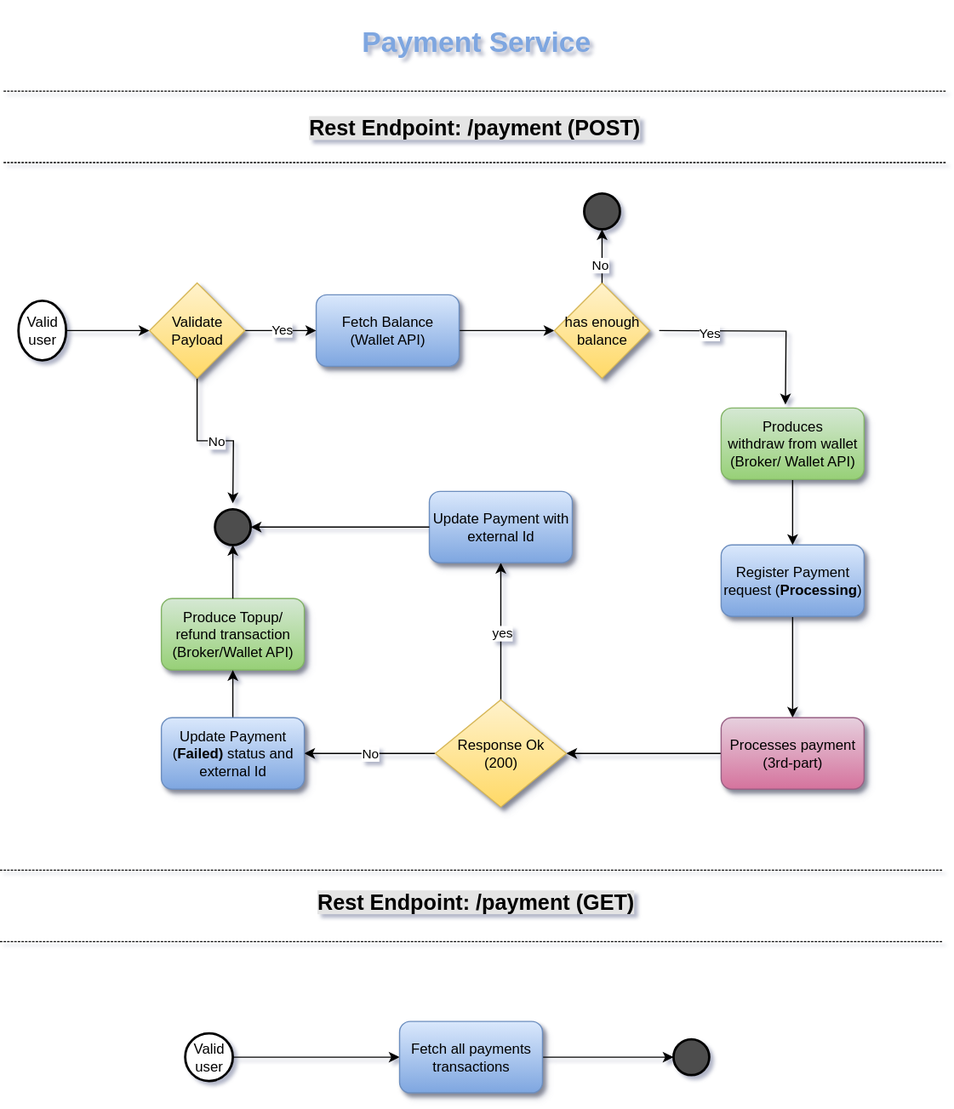
The draw.io diagram docs/ontop_assessment-Payment FlowChart.drawio.svg in sabrinamidori/wallet, before a commit. Source tidied: cells renumbered, new cells last; positions are measured from the earlier drawing's top-left corner, leaving out a move shared by most shapes.
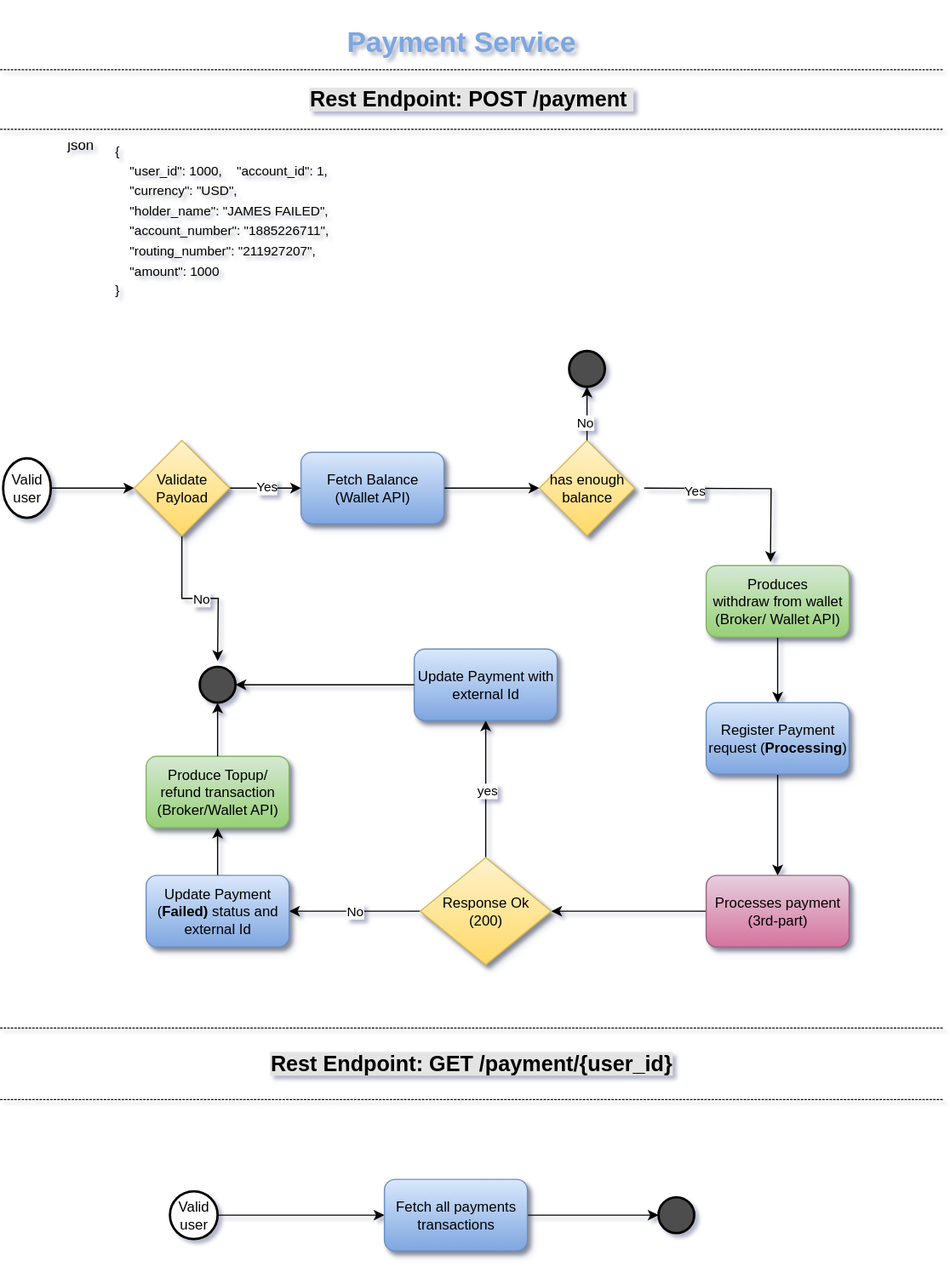
Above is the later version.

Change to the diagram source:
```diff
@@ -100,12 +100,6 @@
     <mxCell id="32" style="edgeStyle=orthogonalEdgeStyle;rounded=0;jettySize=auto;html=1;exitX=0.5;exitY=0;exitDx=0;exitDy=0;entryX=0.5;entryY=1;entryDx=0;entryDy=0;entryPerimeter=0;" parent="1" edge="1" source="23" target="22">
       <mxGeometry relative="1" as="geometry" />
     </mxCell>
-    <mxCell id="33" value="&lt;h2&gt;&lt;b style=&quot;background-color: rgb(228, 228, 228);&quot;&gt;Rest Endpoint: /payment (POST)&lt;/b&gt;&lt;/h2&gt;" style="text;html=1;align=center;verticalAlign=middle;whiteSpace=wrap;rounded=0;" parent="1" vertex="1">
-      <mxGeometry x="3" y="92" width="790" height="30" as="geometry" />
-    </mxCell>
-    <mxCell id="34" value="&lt;h2&gt;&lt;b style=&quot;background-color: rgb(228, 228, 228);&quot;&gt;Rest Endpoint: /payment (GET)&lt;/b&gt;&lt;/h2&gt;" style="text;html=1;align=center;verticalAlign=middle;whiteSpace=wrap;rounded=0;" parent="1" vertex="1">
-      <mxGeometry x="4" y="742" width="790" height="30" as="geometry" />
-    </mxCell>
     <mxCell id="35" style="edgeStyle=orthogonalEdgeStyle;rounded=0;jettySize=auto;html=1;exitX=1;exitY=0.5;exitDx=0;exitDy=0;exitPerimeter=0;entryX=0;entryY=0.5;entryDx=0;entryDy=0;" parent="1" edge="1" source="36" target="38">
       <mxGeometry relative="1" as="geometry" />
     </mxCell>
@@ -119,16 +113,19 @@
       <mxGeometry x="335" y="857" width="120" height="60" as="geometry" />
     </mxCell>
     <mxCell id="39" value="&lt;h1&gt;&lt;font style=&quot;color: rgb(126, 166, 224);&quot;&gt;Payment Service&lt;/font&gt;&lt;/h1&gt;" style="text;html=1;align=center;verticalAlign=middle;strokeColor=none;fillColor=none;" parent="1" vertex="1">
-      <mxGeometry x="289" width="220" height="70" as="geometry" />
+      <mxGeometry x="289" y="-132" width="220" height="70" as="geometry" />
     </mxCell>
     <mxCell id="40" style="strokeWidth=2;html=1;shape=mxgraph.flowchart.start_2;whiteSpace=wrap;fillColor=#4D4D4D;" parent="1" vertex="1">
       <mxGeometry x="565" y="872" width="30" height="30" as="geometry" />
     </mxCell>
-    <mxCell id="41" style="shape=partialRectangle;whiteSpace=wrap;html=1;left=0;right=0;fillColor=none;dashed=1;dashPattern=1 2;" parent="1" vertex="1">
-      <mxGeometry x="3" y="76" width="790" height="60" as="geometry" />
+    <mxCell id="41" value="&lt;h2&gt;&lt;b style=&quot;background-color: rgb(228, 228, 228);&quot;&gt;Rest Endpoint: POST /payment&amp;nbsp;&lt;/b&gt;&lt;/h2&gt;" style="shape=partialRectangle;whiteSpace=wrap;html=1;left=0;right=0;fillColor=none;dashed=1;dashPattern=1 2;" parent="1" vertex="1">
+      <mxGeometry x="13" y="-74" width="790" height="50" as="geometry" />
     </mxCell>
-    <mxCell id="42" style="shape=partialRectangle;whiteSpace=wrap;html=1;left=0;right=0;fillColor=none;dashed=1;dashPattern=1 2;" parent="1" vertex="1">
-      <mxGeometry y="730" width="790" height="60" as="geometry" />
+    <mxCell id="42" value="&lt;h2&gt;&lt;b style=&quot;background-color: rgb(228, 228, 228);&quot;&gt;Rest Endpoint: GET /payment/{user_id}&lt;/b&gt;&lt;/h2&gt;" style="shape=partialRectangle;whiteSpace=wrap;html=1;left=0;right=0;fillColor=none;dashed=1;dashPattern=1 2;" parent="1" vertex="1">
+      <mxGeometry x="13" y="730" width="790" height="60" as="geometry" />
     </mxCell>
+    <mxCell id="43" value="&lt;blockquote style=&quot;margin-top: 0px; line-height: 40%;&quot;&gt;json&lt;br&gt;&lt;blockquote style=&quot;margin-top: 0px;&quot;&gt;&lt;font style=&quot;font-size: 11px; line-height: 40%;&quot;&gt;{&lt;/font&gt;&lt;/blockquote&gt;&lt;blockquote style=&quot;margin-top: 0px;&quot;&gt;&lt;font style=&quot;font-size: 11px; line-height: 40%;&quot;&gt;&amp;nbsp; &amp;nbsp; &quot;user_id&quot;: 1000,&lt;/font&gt;&lt;span style=&quot;background-color: transparent; color: light-dark(rgb(0, 0, 0), rgb(255, 255, 255)); font-size: 11px; line-height: 40%;&quot;&gt;&amp;nbsp; &amp;nbsp; &quot;account_id&quot;: 1,&lt;/span&gt;&lt;/blockquote&gt;&lt;blockquote style=&quot;margin-top: 0px;&quot;&gt;&lt;font style=&quot;font-size: 11px; line-height: 40%;&quot;&gt;&amp;nbsp; &amp;nbsp; &quot;currency&quot;: &quot;USD&quot;,&lt;/font&gt;&lt;/blockquote&gt;&lt;blockquote style=&quot;margin-top: 0px;&quot;&gt;&lt;font style=&quot;font-size: 11px; line-height: 40%;&quot;&gt;&amp;nbsp; &amp;nbsp; &quot;holder_name&quot;: &quot;JAMES FAILED&quot;,&lt;/font&gt;&lt;/blockquote&gt;&lt;blockquote style=&quot;margin-top: 0px;&quot;&gt;&lt;font style=&quot;font-size: 11px; line-height: 40%;&quot;&gt;&amp;nbsp; &amp;nbsp; &quot;account_number&quot;: &quot;1885226711&quot;,&lt;/font&gt;&lt;/blockquote&gt;&lt;blockquote style=&quot;margin-top: 0px;&quot;&gt;&lt;font style=&quot;font-size: 11px; line-height: 40%;&quot;&gt;&amp;nbsp; &amp;nbsp; &quot;routing_number&quot;: &quot;211927207&quot;,&lt;/font&gt;&lt;/blockquote&gt;&lt;blockquote style=&quot;margin-top: 0px;&quot;&gt;&lt;font style=&quot;font-size: 11px; line-height: 40%;&quot;&gt;&amp;nbsp; &amp;nbsp; &quot;amount&quot;: 1000&lt;/font&gt;&lt;/blockquote&gt;&lt;blockquote style=&quot;margin-top: 0px;&quot;&gt;&lt;font style=&quot;font-size: 11px; line-height: 40%;&quot;&gt;}&lt;/font&gt;&lt;/blockquote&gt;&lt;/blockquote&gt;&lt;div&gt;&lt;br&gt;&lt;/div&gt;" style="text;html=1;whiteSpace=wrap;overflow=hidden;rounded=0;" parent="1" vertex="1">
+      <mxGeometry x="27" y="-20" width="770" height="158" as="geometry" />
+    </mxCell>
   </root>
 </mxGraphModel>
```
